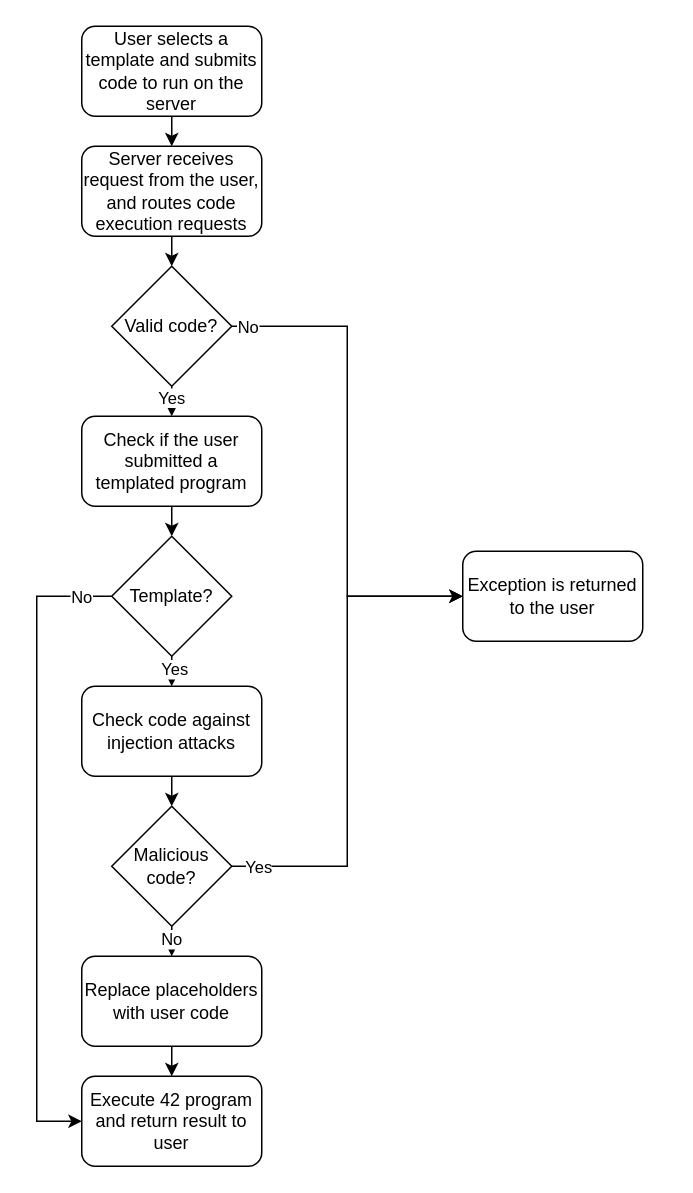
printfn/master-project keeps this draw.io diagram as diagrams/Code Validation Flowchart.drawio. Above is the earlier version. Source tidied: cells renumbered, new cells numbered last; positions are measured from the earlier drawing's top-left corner, leaving out a move shared by most shapes. Both pictures are drawn from the tidied source at 150%, with x=0, y=0 at pixel (36, 26).
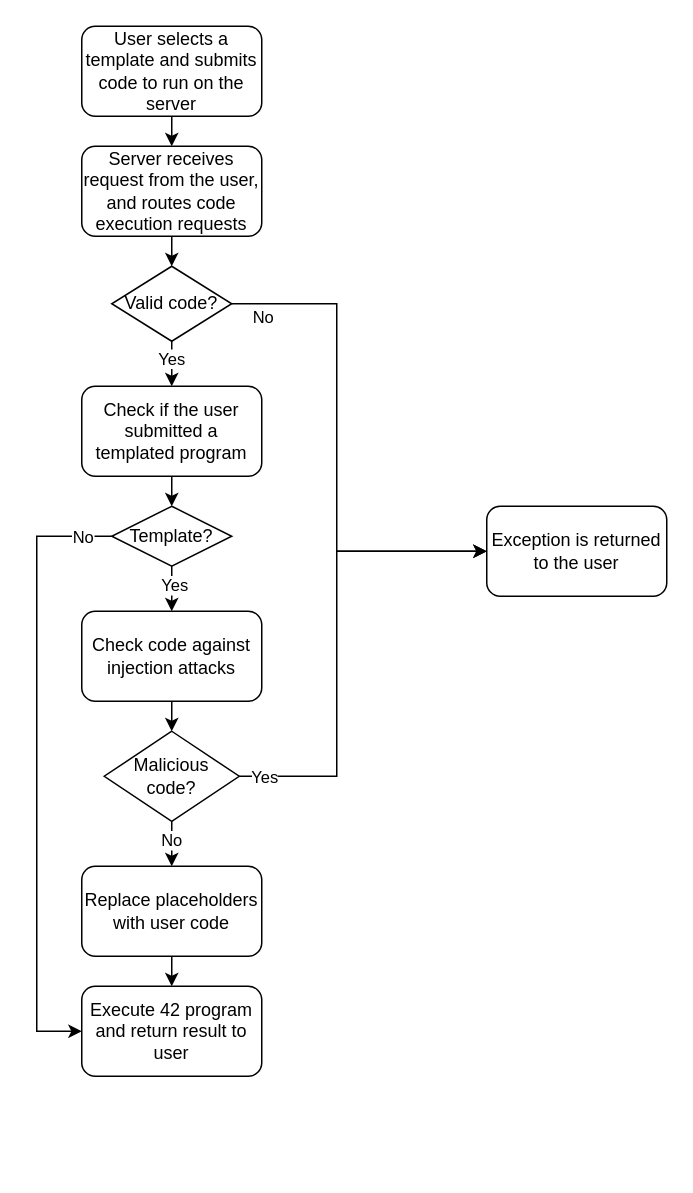
Above is the later version.

The edit, as a diff of the source:
```diff
@@
     <mxCell id="4" value="Exception is returned to the user" style="rounded=1;whiteSpace=wrap;html=1;" parent="1" vertex="1">
-      <mxGeometry x="284" y="350" width="120" height="60" as="geometry" />
+      <mxGeometry x="300" y="320" width="120" height="60" as="geometry" />
     </mxCell>
@@
     <mxCell id="7" style="edgeStyle=orthogonalEdgeStyle;rounded=0;jettySize=auto;html=1;exitX=1;exitY=0.5;exitDx=0;exitDy=0;entryX=0;entryY=0.5;entryDx=0;entryDy=0;" parent="1" edge="1" source="11" target="4">
-      <mxGeometry relative="1" as="geometry" />
+      <mxGeometry relative="1" as="geometry">
+        <Array as="points">
+          <mxPoint x="200" y="185" />
+          <mxPoint x="200" y="350" />
+        </Array>
+      </mxGeometry>
     </mxCell>
     <mxCell id="8" value="No" style="edgeLabel;html=1;align=center;verticalAlign=middle;" parent="7" vertex="1">
       <mxGeometry x="-0.07" y="-1" relative="1" as="geometry">
-        <mxPoint x="-66" y="-78" as="offset" />
+        <mxPoint x="-49" y="-78" as="offset" />
       </mxGeometry>
     </mxCell>
@@
-    <mxCell id="11" value="Valid code?" style="rhombus;whiteSpace=wrap;html=1;" parent="1" vertex="1">
-      <mxGeometry x="50" y="160" width="80" height="80" as="geometry" />
+    <mxCell id="11" value="Valid code?" style="rhombus;whiteSpace=wrap;html=1;align=center;" parent="1" vertex="1">
+      <mxGeometry x="50" y="160" width="80" height="50" as="geometry" />
     </mxCell>
@@
     <mxCell id="14" style="edgeStyle=orthogonalEdgeStyle;rounded=0;jettySize=auto;html=1;exitX=0;exitY=0.5;exitDx=0;exitDy=0;entryX=0;entryY=0.5;entryDx=0;entryDy=0;" parent="1" edge="1" source="16" target="21">
       <mxGeometry relative="1" as="geometry">
         <Array as="points">
-          <mxPoint y="380" />
-          <mxPoint y="730" />
+          <mxPoint y="340" />
+          <mxPoint y="670" />
         </Array>
       </mxGeometry>
     </mxCell>
@@
     <mxCell id="16" value="Template?" style="rhombus;whiteSpace=wrap;html=1;" parent="1" vertex="1">
-      <mxGeometry x="50" y="340" width="80" height="80" as="geometry" />
+      <mxGeometry x="50" y="320" width="80" height="40" as="geometry" />
     </mxCell>
@@
     <mxCell id="18" value="Check code against injection attacks" style="rounded=1;whiteSpace=wrap;html=1;" parent="1" vertex="1">
-      <mxGeometry x="30" y="440" width="120" height="60" as="geometry" />
+      <mxGeometry x="30" y="390" width="120" height="60" as="geometry" />
     </mxCell>
@@
     <mxCell id="20" value="Replace placeholders with user code" style="rounded=1;whiteSpace=wrap;html=1;" parent="1" vertex="1">
-      <mxGeometry x="30" y="620" width="120" height="60" as="geometry" />
+      <mxGeometry x="30" y="560" width="120" height="60" as="geometry" />
     </mxCell>
     <mxCell id="21" value="Execute 42 program and return result to user" style="rounded=1;whiteSpace=wrap;html=1;" parent="1" vertex="1">
-      <mxGeometry x="30" y="700" width="120" height="60" as="geometry" />
+      <mxGeometry x="30" y="640" width="120" height="60" as="geometry" />
     </mxCell>
@@
     <mxCell id="23" value="Check if the user submitted a templated program" style="rounded=1;whiteSpace=wrap;html=1;" parent="1" vertex="1">
-      <mxGeometry x="30" y="260" width="120" height="60" as="geometry" />
+      <mxGeometry x="30" y="240" width="120" height="60" as="geometry" />
     </mxCell>
     <mxCell id="24" style="edgeStyle=orthogonalEdgeStyle;rounded=0;jettySize=auto;html=1;exitX=1;exitY=0.5;exitDx=0;exitDy=0;entryX=0;entryY=0.5;entryDx=0;entryDy=0;" parent="1" edge="1" source="28" target="4">
-      <mxGeometry relative="1" as="geometry" />
+      <mxGeometry relative="1" as="geometry">
+        <Array as="points">
+          <mxPoint x="200" y="500" />
+          <mxPoint x="200" y="350" />
+        </Array>
+      </mxGeometry>
     </mxCell>
@@
-    <mxCell id="28" value="Malicious code?" style="rhombus;whiteSpace=wrap;html=1;" parent="1" vertex="1">
-      <mxGeometry x="50" y="520" width="80" height="80" as="geometry" />
+    <mxCell id="28" value="Malicious&lt;br&gt;code?" style="rhombus;whiteSpace=wrap;html=1;verticalAlign=middle;labelPosition=center;verticalLabelPosition=middle;align=center;" parent="1" vertex="1">
+      <mxGeometry x="45" y="470" width="90" height="60" as="geometry" />
     </mxCell>
```
